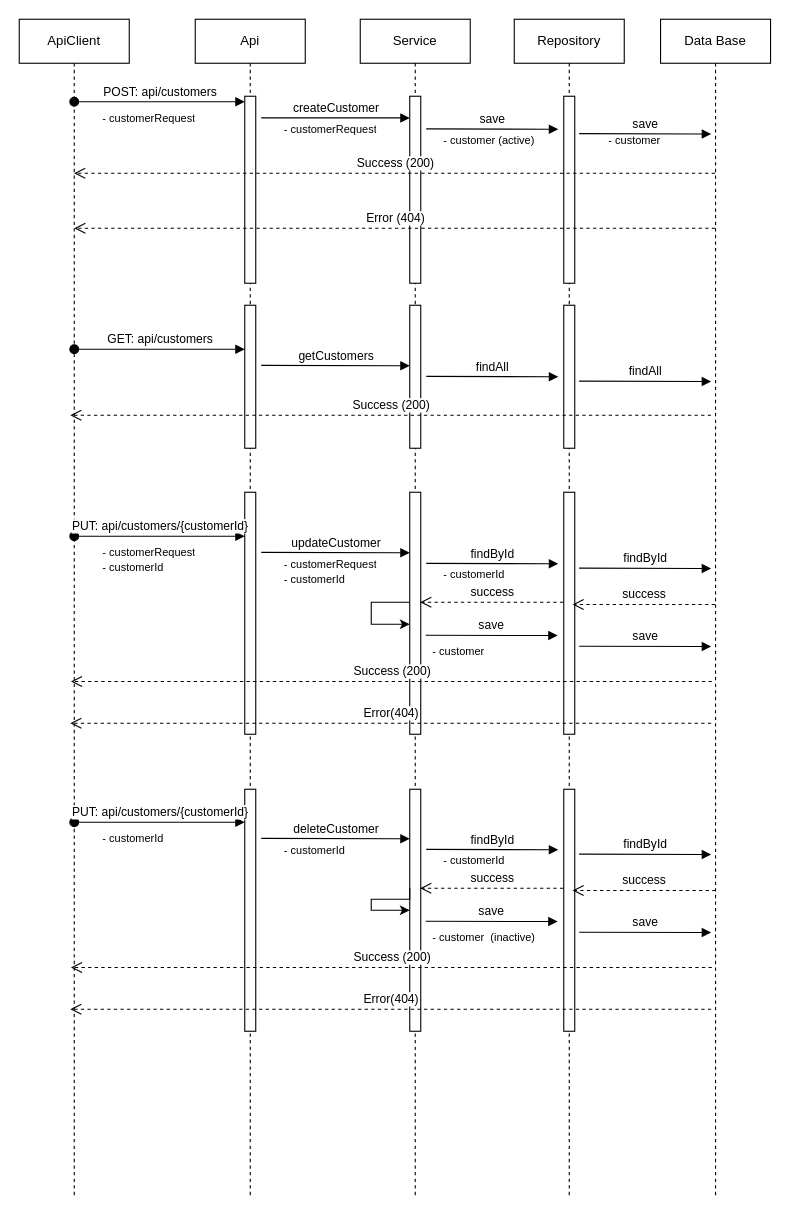
Before: page "service-product" (3 of 3) of Diagrama sin título.drawio in FabiolaJS7/diagrams, a draw.io diagram. Source tidied: cells renumbered, new cells numbered last; positions are measured from the earlier drawing's top-left corner, leaving out a move shared by most shapes. Both pictures are drawn from the tidied source at 110%, with x=0, y=0 at pixel (19, 19).
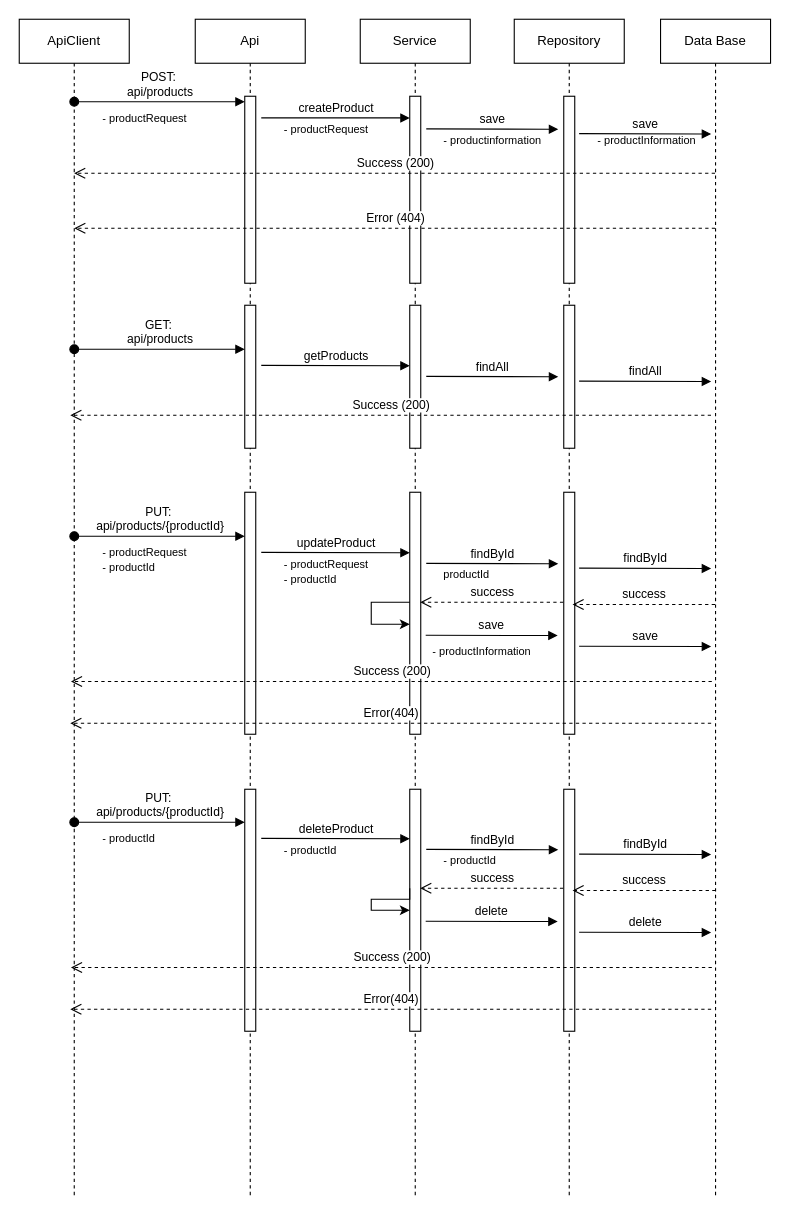
After the change.

The change refers to these unchanged cells:
```xml
<mxCell id="3" style="html=1;points=[[0,0,0,0,5],[0,1,0,0,-5],[1,0,0,0,5],[1,1,0,0,-5]];perimeter=orthogonalPerimeter;outlineConnect=0;targetShapes=umlLifeline;portConstraint=eastwest;newEdgeStyle={&quot;curved&quot;:0,&quot;rounded&quot;:0};" parent="2" vertex="1">
  <mxGeometry x="45" y="70" width="10" height="170" as="geometry" />
</mxCell>
<mxCell id="14" style="html=1;points=[[0,0,0,0,5],[0,1,0,0,-5],[1,0,0,0,5],[1,1,0,0,-5]];perimeter=orthogonalPerimeter;outlineConnect=0;targetShapes=umlLifeline;portConstraint=eastwest;newEdgeStyle={&quot;curved&quot;:0,&quot;rounded&quot;:0};" parent="13" vertex="1">
  <mxGeometry x="45" y="70" width="10" height="170" as="geometry" />
</mxCell>
```

What changed in the source:
```diff
@@
-    <mxCell id="20" value="POST:&amp;nbsp;&lt;span style=&quot;background-color: light-dark(#ffffff, var(--ge-dark-color, #121212)); color: light-dark(rgb(0, 0, 0), rgb(255, 255, 255));&quot;&gt;api/customers&lt;/span&gt;" style="html=1;verticalAlign=bottom;startArrow=oval;endArrow=block;startSize=8;curved=0;rounded=0;entryX=0;entryY=0;entryDx=0;entryDy=5;" parent="1" edge="1" target="3">
+    <mxCell id="20" value="POST:&amp;nbsp;&lt;div&gt;&lt;span style=&quot;background-color: light-dark(#ffffff, var(--ge-dark-color, #121212)); color: light-dark(rgb(0, 0, 0), rgb(255, 255, 255));&quot;&gt;api/products&lt;/span&gt;&lt;/div&gt;" style="html=1;verticalAlign=bottom;startArrow=oval;endArrow=block;startSize=8;curved=0;rounded=0;entryX=0;entryY=0;entryDx=0;entryDy=5;" parent="1" edge="1" target="3">
       <mxGeometry relative="1" as="geometry">
         <mxPoint x="50" y="75" as="sourcePoint" />
       </mxGeometry>
     </mxCell>
-    <mxCell id="21" value="&lt;font style=&quot;font-size: 10px;&quot;&gt;- customerRequest&lt;/font&gt;" style="text;strokeColor=none;fillColor=none;align=left;verticalAlign=top;spacingLeft=4;spacingRight=4;overflow=hidden;whiteSpace=wrap;html=1;" parent="1" vertex="1">
+    <mxCell id="21" value="&lt;font style=&quot;font-size: 10px;&quot;&gt;- productRequest&lt;/font&gt;" style="text;strokeColor=none;fillColor=none;align=left;verticalAlign=top;spacingLeft=4;spacingRight=4;overflow=hidden;whiteSpace=wrap;html=1;" parent="1" vertex="1">
       <mxGeometry x="70" y="76" width="99" height="28" as="geometry" />
     </mxCell>
-    <mxCell id="22" value="createCustomer" style="html=1;verticalAlign=bottom;endArrow=block;curved=0;rounded=0;" parent="1" edge="1" target="14">
+    <mxCell id="22" value="createProduct" style="html=1;verticalAlign=bottom;endArrow=block;curved=0;rounded=0;" parent="1" edge="1" target="14">
       <mxGeometry relative="1" as="geometry">
         <mxPoint x="220" y="89.7" as="sourcePoint" />
       </mxGeometry>
     </mxCell>
-    <mxCell id="23" value="&lt;font style=&quot;font-size: 10px;&quot;&gt;- customerRequest&lt;/font&gt;" style="text;strokeColor=none;fillColor=none;align=left;verticalAlign=top;spacingLeft=4;spacingRight=4;overflow=hidden;whiteSpace=wrap;html=1;" parent="1" vertex="1">
+    <mxCell id="23" value="&lt;font style=&quot;font-size: 10px;&quot;&gt;- productRequest&lt;/font&gt;" style="text;strokeColor=none;fillColor=none;align=left;verticalAlign=top;spacingLeft=4;spacingRight=4;overflow=hidden;whiteSpace=wrap;html=1;" parent="1" vertex="1">
       <mxGeometry x="234.5" y="86" width="99" height="28" as="geometry" />
     </mxCell>
@@
-    <mxCell id="28" value="GET: api/customers" style="html=1;verticalAlign=bottom;startArrow=oval;endArrow=block;startSize=8;curved=0;rounded=0;entryX=0;entryY=0;entryDx=0;entryDy=5;" parent="1" edge="1">
+    <mxCell id="28" value="GET:&amp;nbsp;&lt;div&gt;api/products&lt;/div&gt;" style="html=1;verticalAlign=bottom;startArrow=oval;endArrow=block;startSize=8;curved=0;rounded=0;entryX=0;entryY=0;entryDx=0;entryDy=5;" parent="1" edge="1">
       <mxGeometry relative="1" as="geometry">
         <mxPoint x="50" y="300" as="sourcePoint" />
         <mxPoint x="205" y="300" as="targetPoint" />
       </mxGeometry>
     </mxCell>
-    <mxCell id="29" value="getCustomers" style="html=1;verticalAlign=bottom;endArrow=block;curved=0;rounded=0;" parent="1" edge="1">
+    <mxCell id="29" value="getProducts" style="html=1;verticalAlign=bottom;endArrow=block;curved=0;rounded=0;" parent="1" edge="1">
       <mxGeometry relative="1" as="geometry">
         <mxPoint x="220" y="314.7" as="sourcePoint" />
         <mxPoint x="355" y="315" as="targetPoint" />
       </mxGeometry>
     </mxCell>
@@
-    <mxCell id="32" value="&lt;font style=&quot;font-size: 10px;&quot;&gt;- customer (active)&lt;/font&gt;" style="text;strokeColor=none;fillColor=none;align=left;verticalAlign=top;spacingLeft=4;spacingRight=4;overflow=hidden;whiteSpace=wrap;html=1;" parent="1" vertex="1">
+    <mxCell id="32" value="&lt;font style=&quot;font-size: 10px;&quot;&gt;- productinformation&lt;/font&gt;" style="text;strokeColor=none;fillColor=none;align=left;verticalAlign=top;spacingLeft=4;spacingRight=4;overflow=hidden;whiteSpace=wrap;html=1;" parent="1" vertex="1">
       <mxGeometry x="380" y="96" width="99" height="28" as="geometry" />
     </mxCell>
-    <mxCell id="33" value="&lt;font style=&quot;font-size: 10px;&quot;&gt;- customer&lt;/font&gt;" style="text;strokeColor=none;fillColor=none;align=left;verticalAlign=top;spacingLeft=4;spacingRight=4;overflow=hidden;whiteSpace=wrap;html=1;" parent="1" vertex="1">
-      <mxGeometry x="530" y="96" width="99" height="28" as="geometry" />
+    <mxCell id="33" value="&lt;font style=&quot;font-size: 10px;&quot;&gt;- productInformation&lt;/font&gt;" style="text;strokeColor=none;fillColor=none;align=left;verticalAlign=top;spacingLeft=4;spacingRight=4;overflow=hidden;whiteSpace=wrap;html=1;" parent="1" vertex="1">
+      <mxGeometry x="520" y="96" width="109" height="28" as="geometry" />
     </mxCell>
@@
-    <mxCell id="35" value="PUT: api/customers/{customerId}" style="html=1;verticalAlign=bottom;startArrow=oval;endArrow=block;startSize=8;curved=0;rounded=0;entryX=0;entryY=0;entryDx=0;entryDy=5;" parent="1" edge="1">
+    <mxCell id="35" value="PUT:&amp;nbsp;&lt;div&gt;api/products/{productId}&lt;/div&gt;" style="html=1;verticalAlign=bottom;startArrow=oval;endArrow=block;startSize=8;curved=0;rounded=0;entryX=0;entryY=0;entryDx=0;entryDy=5;" parent="1" edge="1">
       <mxGeometry relative="1" as="geometry">
         <mxPoint x="50" y="470" as="sourcePoint" />
         <mxPoint x="205" y="470" as="targetPoint" />
       </mxGeometry>
     </mxCell>
-    <mxCell id="36" value="updateCustomer" style="html=1;verticalAlign=bottom;endArrow=block;curved=0;rounded=0;" parent="1" edge="1">
+    <mxCell id="36" value="updateProduct" style="html=1;verticalAlign=bottom;endArrow=block;curved=0;rounded=0;" parent="1" edge="1">
       <mxGeometry relative="1" as="geometry">
         <mxPoint x="220" y="484.7" as="sourcePoint" />
         <mxPoint x="355" y="485" as="targetPoint" />
       </mxGeometry>
     </mxCell>
-    <mxCell id="37" value="&lt;font style=&quot;font-size: 10px;&quot;&gt;- customerRequest&lt;/font&gt;&lt;div&gt;&lt;font style=&quot;font-size: 10px;&quot;&gt;- customerId&lt;/font&gt;&lt;/div&gt;" style="text;strokeColor=none;fillColor=none;align=left;verticalAlign=top;spacingLeft=4;spacingRight=4;overflow=hidden;whiteSpace=wrap;html=1;" parent="1" vertex="1">
+    <mxCell id="37" value="&lt;font style=&quot;font-size: 10px;&quot;&gt;- productRequest&lt;/font&gt;&lt;div&gt;&lt;font style=&quot;font-size: 10px;&quot;&gt;- productId&lt;/font&gt;&lt;/div&gt;" style="text;strokeColor=none;fillColor=none;align=left;verticalAlign=top;spacingLeft=4;spacingRight=4;overflow=hidden;whiteSpace=wrap;html=1;" parent="1" vertex="1">
       <mxGeometry x="234.5" y="481" width="99" height="39" as="geometry" />
     </mxCell>
@@
-    <mxCell id="41" value="&lt;font style=&quot;font-size: 10px;&quot;&gt;- customerRequest&lt;/font&gt;&lt;div&gt;&lt;font style=&quot;font-size: 10px;&quot;&gt;- customerId&lt;/font&gt;&lt;/div&gt;" style="text;strokeColor=none;fillColor=none;align=left;verticalAlign=top;spacingLeft=4;spacingRight=4;overflow=hidden;whiteSpace=wrap;html=1;" parent="1" vertex="1">
+    <mxCell id="41" value="&lt;font style=&quot;font-size: 10px;&quot;&gt;- productRequest&lt;/font&gt;&lt;div&gt;&lt;font style=&quot;font-size: 10px;&quot;&gt;- productId&lt;/font&gt;&lt;/div&gt;" style="text;strokeColor=none;fillColor=none;align=left;verticalAlign=top;spacingLeft=4;spacingRight=4;overflow=hidden;whiteSpace=wrap;html=1;" parent="1" vertex="1">
       <mxGeometry x="70" y="470" width="99" height="40" as="geometry" />
     </mxCell>
-    <mxCell id="42" value="&lt;div&gt;&lt;font style=&quot;font-size: 10px;&quot;&gt;- customerId&lt;/font&gt;&lt;/div&gt;" style="text;strokeColor=none;fillColor=none;align=left;verticalAlign=top;spacingLeft=4;spacingRight=4;overflow=hidden;whiteSpace=wrap;html=1;" parent="1" vertex="1">
+    <mxCell id="42" value="&lt;div&gt;&lt;font style=&quot;font-size: 10px;&quot;&gt;productId&lt;/font&gt;&lt;/div&gt;" style="text;strokeColor=none;fillColor=none;align=left;verticalAlign=top;spacingLeft=4;spacingRight=4;overflow=hidden;whiteSpace=wrap;html=1;" parent="1" vertex="1">
       <mxGeometry x="380" y="490" width="99" height="30" as="geometry" />
     </mxCell>
@@
-    <mxCell id="46" value="&lt;div&gt;&lt;font style=&quot;font-size: 10px;&quot;&gt;- customer&lt;/font&gt;&lt;/div&gt;" style="text;strokeColor=none;fillColor=none;align=left;verticalAlign=top;spacingLeft=4;spacingRight=4;overflow=hidden;whiteSpace=wrap;html=1;" parent="1" vertex="1">
-      <mxGeometry x="370" y="560" width="99" height="30" as="geometry" />
+    <mxCell id="46" value="&lt;div&gt;&lt;font style=&quot;font-size: 10px;&quot;&gt;- productInformation&lt;/font&gt;&lt;/div&gt;" style="text;strokeColor=none;fillColor=none;align=left;verticalAlign=top;spacingLeft=4;spacingRight=4;overflow=hidden;whiteSpace=wrap;html=1;" parent="1" vertex="1">
+      <mxGeometry x="370" y="560" width="110" height="30" as="geometry" />
     </mxCell>
@@
-    <mxCell id="50" value="PUT: api/customers/{customerId}" style="html=1;verticalAlign=bottom;startArrow=oval;endArrow=block;startSize=8;curved=0;rounded=0;entryX=0;entryY=0;entryDx=0;entryDy=5;" parent="1" edge="1">
+    <mxCell id="50" value="PUT:&amp;nbsp;&lt;div&gt;api/products/{productId}&lt;/div&gt;" style="html=1;verticalAlign=bottom;startArrow=oval;endArrow=block;startSize=8;curved=0;rounded=0;entryX=0;entryY=0;entryDx=0;entryDy=5;" parent="1" edge="1">
       <mxGeometry relative="1" as="geometry">
         <mxPoint x="50" y="730" as="sourcePoint" />
         <mxPoint x="205" y="730" as="targetPoint" />
       </mxGeometry>
     </mxCell>
-    <mxCell id="51" value="deleteCustomer" style="html=1;verticalAlign=bottom;endArrow=block;curved=0;rounded=0;" parent="1" edge="1">
+    <mxCell id="51" value="deleteProduct" style="html=1;verticalAlign=bottom;endArrow=block;curved=0;rounded=0;" parent="1" edge="1">
       <mxGeometry relative="1" as="geometry">
         <mxPoint x="220" y="744.7" as="sourcePoint" />
         <mxPoint x="355" y="745" as="targetPoint" />
       </mxGeometry>
     </mxCell>
-    <mxCell id="52" value="&lt;div&gt;&lt;font style=&quot;font-size: 10px;&quot;&gt;- customerId&lt;/font&gt;&lt;/div&gt;" style="text;strokeColor=none;fillColor=none;align=left;verticalAlign=top;spacingLeft=4;spacingRight=4;overflow=hidden;whiteSpace=wrap;html=1;" parent="1" vertex="1">
+    <mxCell id="52" value="&lt;div&gt;&lt;font style=&quot;font-size: 10px;&quot;&gt;- productId&lt;/font&gt;&lt;/div&gt;" style="text;strokeColor=none;fillColor=none;align=left;verticalAlign=top;spacingLeft=4;spacingRight=4;overflow=hidden;whiteSpace=wrap;html=1;" parent="1" vertex="1">
       <mxGeometry x="234.5" y="741" width="99" height="39" as="geometry" />
     </mxCell>
@@
-    <mxCell id="56" value="&lt;div&gt;&lt;font style=&quot;font-size: 10px;&quot;&gt;- customerId&lt;/font&gt;&lt;/div&gt;" style="text;strokeColor=none;fillColor=none;align=left;verticalAlign=top;spacingLeft=4;spacingRight=4;overflow=hidden;whiteSpace=wrap;html=1;" parent="1" vertex="1">
+    <mxCell id="56" value="&lt;div&gt;&lt;font style=&quot;font-size: 10px;&quot;&gt;- productId&lt;/font&gt;&lt;/div&gt;" style="text;strokeColor=none;fillColor=none;align=left;verticalAlign=top;spacingLeft=4;spacingRight=4;overflow=hidden;whiteSpace=wrap;html=1;" parent="1" vertex="1">
       <mxGeometry x="70" y="730" width="99" height="40" as="geometry" />
     </mxCell>
-    <mxCell id="57" value="&lt;div&gt;&lt;font style=&quot;font-size: 10px;&quot;&gt;- customerId&lt;/font&gt;&lt;/div&gt;" style="text;strokeColor=none;fillColor=none;align=left;verticalAlign=top;spacingLeft=4;spacingRight=4;overflow=hidden;whiteSpace=wrap;html=1;" parent="1" vertex="1">
+    <mxCell id="57" value="&lt;div&gt;&lt;font style=&quot;font-size: 10px;&quot;&gt;-&amp;nbsp;&lt;/font&gt;&lt;span style=&quot;font-size: 10px; background-color: transparent; color: light-dark(rgb(0, 0, 0), rgb(255, 255, 255));&quot;&gt;productId&lt;/span&gt;&lt;/div&gt;" style="text;strokeColor=none;fillColor=none;align=left;verticalAlign=top;spacingLeft=4;spacingRight=4;overflow=hidden;whiteSpace=wrap;html=1;" parent="1" vertex="1">
       <mxGeometry x="380" y="750" width="99" height="30" as="geometry" />
     </mxCell>
@@
-    <mxCell id="60" value="save" style="html=1;verticalAlign=bottom;endArrow=block;curved=0;rounded=0;" parent="1" edge="1">
+    <mxCell id="60" value="delete" style="html=1;verticalAlign=bottom;endArrow=block;curved=0;rounded=0;" parent="1" edge="1">
       <mxGeometry relative="1" as="geometry">
         <mxPoint x="369.5" y="820" as="sourcePoint" />
         <mxPoint x="489.5" y="820.3" as="targetPoint" />
       </mxGeometry>
     </mxCell>
-    <mxCell id="61" value="&lt;div&gt;&lt;font style=&quot;font-size: 10px;&quot;&gt;- customer&amp;nbsp; (inactive)&lt;/font&gt;&lt;/div&gt;" style="text;strokeColor=none;fillColor=none;align=left;verticalAlign=top;spacingLeft=4;spacingRight=4;overflow=hidden;whiteSpace=wrap;html=1;" parent="1" vertex="1">
-      <mxGeometry x="370" y="820" width="120" height="30" as="geometry" />
-    </mxCell>
-    <mxCell id="62" value="save" style="html=1;verticalAlign=bottom;endArrow=block;curved=0;rounded=0;" parent="1" edge="1">
+    <mxCell id="62" value="delete" style="html=1;verticalAlign=bottom;endArrow=block;curved=0;rounded=0;" parent="1" edge="1">
       <mxGeometry relative="1" as="geometry">
         <mxPoint x="509" y="830" as="sourcePoint" />
         <mxPoint x="629" y="830.3" as="targetPoint" />
       </mxGeometry>
     </mxCell>
```
